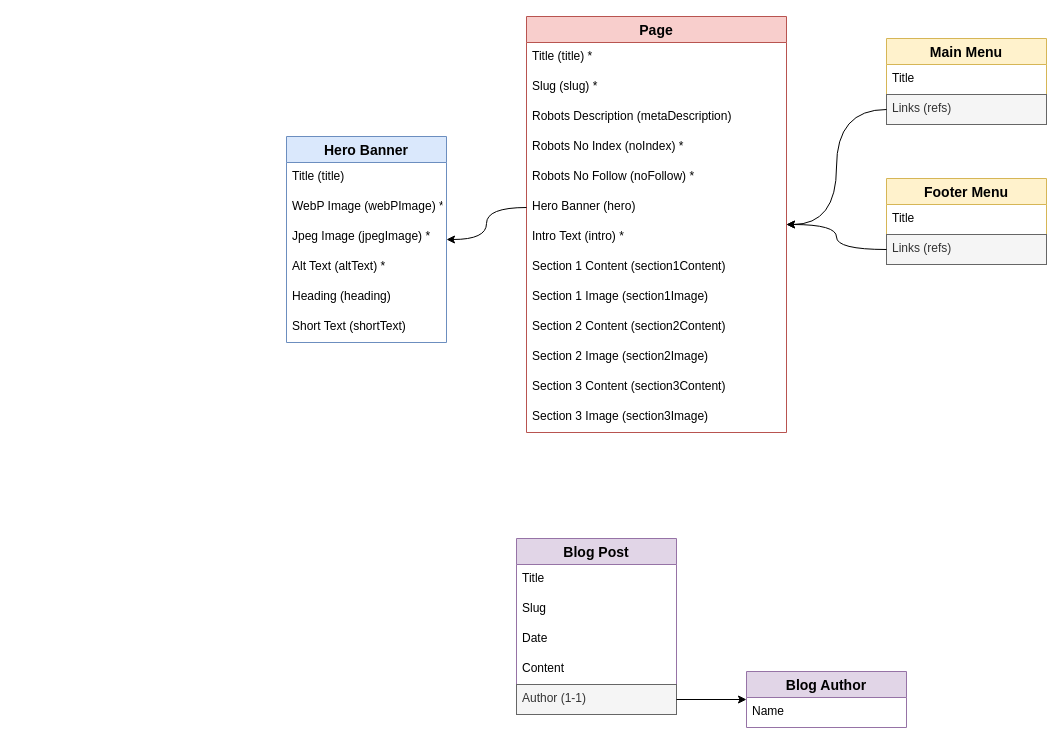
Before: page "Content model" (2 of 3) of doc/overview.drawio in spacebetweentherapy/website, a draw.io diagram. Source tidied: cells renumbered, new cells numbered last; positions are measured from the earlier drawing's top-left corner, leaving out a move shared by most shapes. Both pictures are drawn from the tidied source at 100%, with x=0, y=0 at pixel (286, 16).
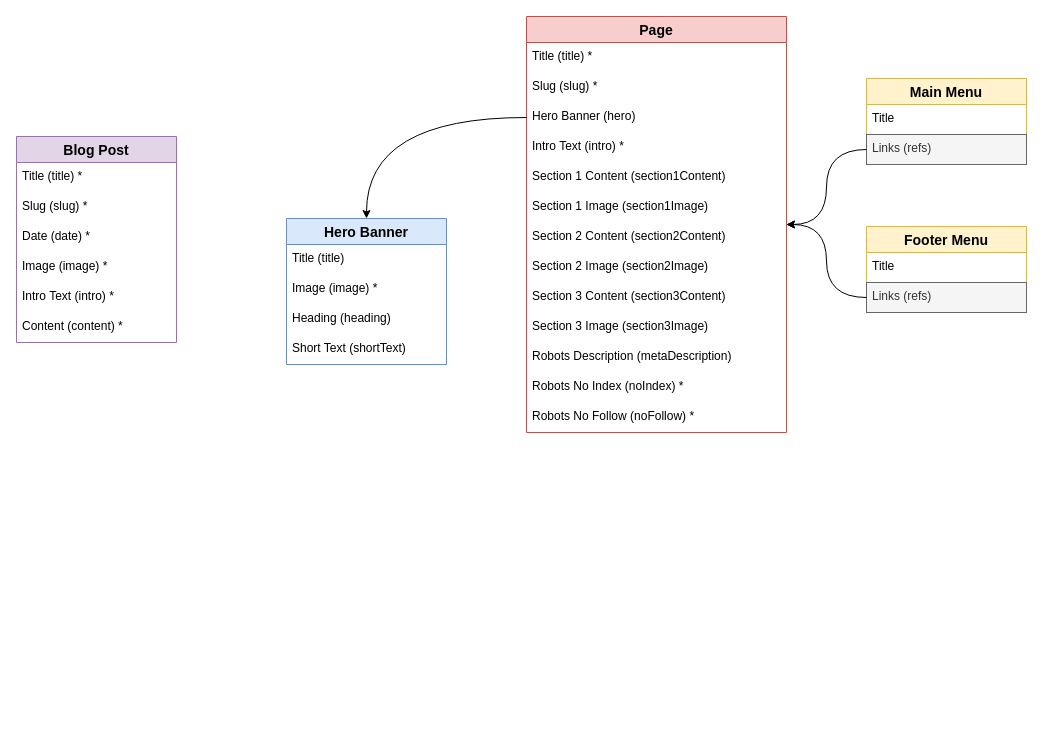
The same diagram, later.

Commit message (it also covers changes not shown here):
Updated content model

Unchanged cells that the change refers to:
```xml
<mxCell id="18" value="Page" style="swimlane;fontStyle=1;horizontal=1;startSize=26;align=center;fontSize=14;strokeColor=#b85450;fillColor=#f8cecc;" parent="1" vertex="1">
  <mxGeometry x="240" width="260" height="416" as="geometry" />
</mxCell>
```

What changed in the source:
```diff
@@
     <mxCell id="2" value="Blog Post" style="swimlane;fontStyle=1;horizontal=1;startSize=26;align=center;fontSize=14;fillColor=#e1d5e7;strokeColor=#9673a6;" parent="1" vertex="1">
-      <mxGeometry x="230" y="522" width="160" height="176" as="geometry" />
+      <mxGeometry x="-270" y="120" width="160" height="206" as="geometry" />
     </mxCell>
-    <mxCell id="3" value="Title" style="text;strokeColor=none;fillColor=none;spacingLeft=4;spacingRight=4;overflow=hidden;fontSize=12;" parent="2" vertex="1">
+    <mxCell id="3" value="Title (title) *" style="text;strokeColor=none;fillColor=none;spacingLeft=4;spacingRight=4;overflow=hidden;fontSize=12;" parent="2" vertex="1">
       <mxGeometry y="26" width="160" height="30" as="geometry" />
     </mxCell>
-    <mxCell id="4" value="Slug" style="text;strokeColor=none;fillColor=none;spacingLeft=4;spacingRight=4;overflow=hidden;fontSize=12;" parent="2" vertex="1">
+    <mxCell id="4" value="Slug (slug) *" style="text;strokeColor=none;fillColor=none;spacingLeft=4;spacingRight=4;overflow=hidden;fontSize=12;" parent="2" vertex="1">
       <mxGeometry y="56" width="160" height="30" as="geometry" />
     </mxCell>
-    <mxCell id="5" value="Date" style="text;strokeColor=none;fillColor=none;spacingLeft=4;spacingRight=4;overflow=hidden;fontSize=12;" parent="2" vertex="1">
+    <mxCell id="5" value="Date (date) *" style="text;strokeColor=none;fillColor=none;spacingLeft=4;spacingRight=4;overflow=hidden;fontSize=12;" parent="2" vertex="1">
       <mxGeometry y="86" width="160" height="30" as="geometry" />
     </mxCell>
+    <mxCell id="43" value="Image (image) *" style="text;strokeColor=none;fillColor=none;spacingLeft=4;spacingRight=4;overflow=hidden;fontSize=12;" parent="2" vertex="1">
+      <mxGeometry y="116" width="160" height="30" as="geometry" />
+    </mxCell>
+    <mxCell id="44" value="Intro Text (intro) *" style="text;strokeColor=none;fillColor=none;spacingLeft=4;spacingRight=4;overflow=hidden;fontSize=12;" parent="2" vertex="1">
+      <mxGeometry y="146" width="160" height="30" as="geometry" />
+    </mxCell>
-    <mxCell id="6" value="Content" style="text;strokeColor=none;fillColor=none;spacingLeft=4;spacingRight=4;overflow=hidden;fontSize=12;" parent="2" vertex="1">
-      <mxGeometry y="116" width="160" height="30" as="geometry" />
+    <mxCell id="6" value="Content (content) *" style="text;strokeColor=none;fillColor=none;spacingLeft=4;spacingRight=4;overflow=hidden;fontSize=12;" parent="2" vertex="1">
+      <mxGeometry y="176" width="160" height="30" as="geometry" />
     </mxCell>
-    <mxCell id="7" value="Author (1-1)" style="text;spacingLeft=4;spacingRight=4;overflow=hidden;points=[[0,0.5],[1,0.5]];portConstraint=eastwest;fontSize=12;fillColor=#f5f5f5;strokeColor=#666666;fontColor=#333333;" parent="2" vertex="1">
-      <mxGeometry y="146" width="160" height="30" as="geometry" />
-    </mxCell>
-    <mxCell id="8" value="Blog Author" style="swimlane;fontStyle=1;horizontal=1;startSize=26;align=center;fontSize=14;fillColor=#e1d5e7;strokeColor=#9673a6;" parent="1" vertex="1">
-      <mxGeometry x="460" y="655" width="160" height="56" as="geometry" />
-    </mxCell>
-    <mxCell id="9" value="Name" style="text;strokeColor=none;fillColor=none;spacingLeft=4;spacingRight=4;overflow=hidden;fontSize=12;" parent="8" vertex="1">
-      <mxGeometry y="26" width="160" height="30" as="geometry" />
-    </mxCell>
-    <mxCell id="10" style="edgeStyle=orthogonalEdgeStyle;rounded=0;jettySize=auto;html=1;" parent="1" edge="1" source="7" target="8">
-      <mxGeometry relative="1" as="geometry" />
-    </mxCell>
     <mxCell id="11" value="Hero Banner" style="swimlane;fontStyle=1;horizontal=1;startSize=26;align=center;fontSize=14;strokeColor=#6c8ebf;fillColor=#dae8fc;" parent="1" vertex="1">
-      <mxGeometry y="120" width="160" height="206" as="geometry" />
+      <mxGeometry y="202" width="160" height="146" as="geometry" />
     </mxCell>
@@
-    <mxCell id="13" value="WebP Image (webPImage) *" style="text;strokeColor=none;fillColor=none;spacingLeft=4;spacingRight=4;overflow=hidden;fontSize=12;" parent="11" vertex="1">
+    <mxCell id="13" value="Image (image) *" style="text;strokeColor=none;fillColor=none;spacingLeft=4;spacingRight=4;overflow=hidden;fontSize=12;" parent="11" vertex="1">
       <mxGeometry y="56" width="160" height="30" as="geometry" />
     </mxCell>
-    <mxCell id="14" value="Jpeg Image (jpegImage) *" style="text;strokeColor=none;fillColor=none;spacingLeft=4;spacingRight=4;overflow=hidden;fontSize=12;" parent="11" vertex="1">
-      <mxGeometry y="86" width="160" height="30" as="geometry" />
-    </mxCell>
-    <mxCell id="15" value="Alt Text (altText) *" style="text;strokeColor=none;fillColor=none;spacingLeft=4;spacingRight=4;overflow=hidden;fontSize=12;" parent="11" vertex="1">
-      <mxGeometry y="116" width="160" height="30" as="geometry" />
-    </mxCell>
     <mxCell id="16" value="Heading (heading)" style="text;strokeColor=none;fillColor=none;spacingLeft=4;spacingRight=4;overflow=hidden;fontSize=12;" parent="11" vertex="1">
-      <mxGeometry y="146" width="160" height="30" as="geometry" />
+      <mxGeometry y="86" width="160" height="30" as="geometry" />
     </mxCell>
     <mxCell id="17" value="Short Text (shortText)" style="text;strokeColor=none;fillColor=none;spacingLeft=4;spacingRight=4;overflow=hidden;fontSize=12;" parent="11" vertex="1">
-      <mxGeometry y="176" width="160" height="30" as="geometry" />
+      <mxGeometry y="116" width="160" height="30" as="geometry" />
     </mxCell>
@@
-    <mxCell id="21" value="Robots Description (metaDescription)" style="text;strokeColor=none;fillColor=none;spacingLeft=4;spacingRight=4;overflow=hidden;fontSize=12;" parent="18" vertex="1">
-      <mxGeometry y="86" width="260" height="30" as="geometry" />
-    </mxCell>
-    <mxCell id="22" value="Robots No Index (noIndex) *" style="text;strokeColor=none;fillColor=none;spacingLeft=4;spacingRight=4;overflow=hidden;fontSize=12;" parent="18" vertex="1">
-      <mxGeometry y="116" width="260" height="30" as="geometry" />
-    </mxCell>
-    <mxCell id="23" value="Robots No Follow (noFollow) *" style="text;strokeColor=none;fillColor=none;spacingLeft=4;spacingRight=4;overflow=hidden;fontSize=12;" parent="18" vertex="1">
-      <mxGeometry y="146" width="260" height="30" as="geometry" />
-    </mxCell>
     <mxCell id="24" value="Hero Banner (hero)" style="text;strokeColor=none;fillColor=none;spacingLeft=4;spacingRight=4;overflow=hidden;points=[[0,0.5],[1,0.5]];portConstraint=eastwest;fontSize=12;" parent="18" vertex="1">
-      <mxGeometry y="176" width="260" height="30" as="geometry" />
+      <mxGeometry y="86" width="260" height="30" as="geometry" />
     </mxCell>
     <mxCell id="25" value="Intro Text (intro) *" style="text;strokeColor=none;fillColor=none;spacingLeft=4;spacingRight=4;overflow=hidden;fontSize=12;" parent="18" vertex="1">
-      <mxGeometry y="206" width="260" height="30" as="geometry" />
+      <mxGeometry y="116" width="260" height="30" as="geometry" />
     </mxCell>
     <mxCell id="26" value="Section 1 Content (section1Content)" style="text;strokeColor=none;fillColor=none;spacingLeft=4;spacingRight=4;overflow=hidden;fontSize=12;" parent="18" vertex="1">
-      <mxGeometry y="236" width="260" height="30" as="geometry" />
+      <mxGeometry y="146" width="260" height="30" as="geometry" />
     </mxCell>
     <mxCell id="27" value="Section 1 Image (section1Image)" style="text;strokeColor=none;fillColor=none;spacingLeft=4;spacingRight=4;overflow=hidden;fontSize=12;" parent="18" vertex="1">
-      <mxGeometry y="266" width="260" height="30" as="geometry" />
+      <mxGeometry y="176" width="260" height="30" as="geometry" />
     </mxCell>
     <mxCell id="28" value="Section 2 Content (section2Content)" style="text;strokeColor=none;fillColor=none;spacingLeft=4;spacingRight=4;overflow=hidden;fontSize=12;" parent="18" vertex="1">
-      <mxGeometry y="296" width="260" height="30" as="geometry" />
+      <mxGeometry y="206" width="260" height="30" as="geometry" />
     </mxCell>
     <mxCell id="29" value="Section 2 Image (section2Image)" style="text;strokeColor=none;fillColor=none;spacingLeft=4;spacingRight=4;overflow=hidden;fontSize=12;" parent="18" vertex="1">
-      <mxGeometry y="326" width="260" height="30" as="geometry" />
+      <mxGeometry y="236" width="260" height="30" as="geometry" />
     </mxCell>
     <mxCell id="30" value="Section 3 Content (section3Content)" style="text;strokeColor=none;fillColor=none;spacingLeft=4;spacingRight=4;overflow=hidden;fontSize=12;" parent="18" vertex="1">
-      <mxGeometry y="356" width="260" height="30" as="geometry" />
+      <mxGeometry y="266" width="260" height="30" as="geometry" />
     </mxCell>
     <mxCell id="31" value="Section 3 Image (section3Image)" style="text;strokeColor=none;fillColor=none;spacingLeft=4;spacingRight=4;overflow=hidden;fontSize=12;" parent="18" vertex="1">
-      <mxGeometry y="386" width="260" height="30" as="geometry" />
+      <mxGeometry y="296" width="260" height="30" as="geometry" />
     </mxCell>
+    <mxCell id="21" value="Robots Description (metaDescription)" style="text;strokeColor=none;fillColor=none;spacingLeft=4;spacingRight=4;overflow=hidden;fontSize=12;" parent="18" vertex="1">
+      <mxGeometry y="326" width="260" height="30" as="geometry" />
+    </mxCell>
+    <mxCell id="22" value="Robots No Index (noIndex) *" style="text;strokeColor=none;fillColor=none;spacingLeft=4;spacingRight=4;overflow=hidden;fontSize=12;" parent="18" vertex="1">
+      <mxGeometry y="356" width="260" height="30" as="geometry" />
+    </mxCell>
+    <mxCell id="23" value="Robots No Follow (noFollow) *" style="text;strokeColor=none;fillColor=none;spacingLeft=4;spacingRight=4;overflow=hidden;fontSize=12;" parent="18" vertex="1">
+      <mxGeometry y="386" width="260" height="30" as="geometry" />
+    </mxCell>
@@
     <mxCell id="35" value="Main Menu" style="swimlane;fontStyle=1;horizontal=1;startSize=26;align=center;fontSize=14;strokeColor=#d6b656;fillColor=#fff2cc;" parent="1" vertex="1">
-      <mxGeometry x="600" y="22" width="160" height="86" as="geometry" />
+      <mxGeometry x="580" y="62" width="160" height="86" as="geometry" />
     </mxCell>
@@
     <mxCell id="39" value="Footer Menu" style="swimlane;fontStyle=1;horizontal=1;startSize=26;align=center;fontSize=14;strokeColor=#d6b656;fillColor=#fff2cc;" parent="1" vertex="1">
-      <mxGeometry x="600" y="162" width="160" height="86" as="geometry" />
+      <mxGeometry x="580" y="210" width="160" height="86" as="geometry" />
     </mxCell>
```
